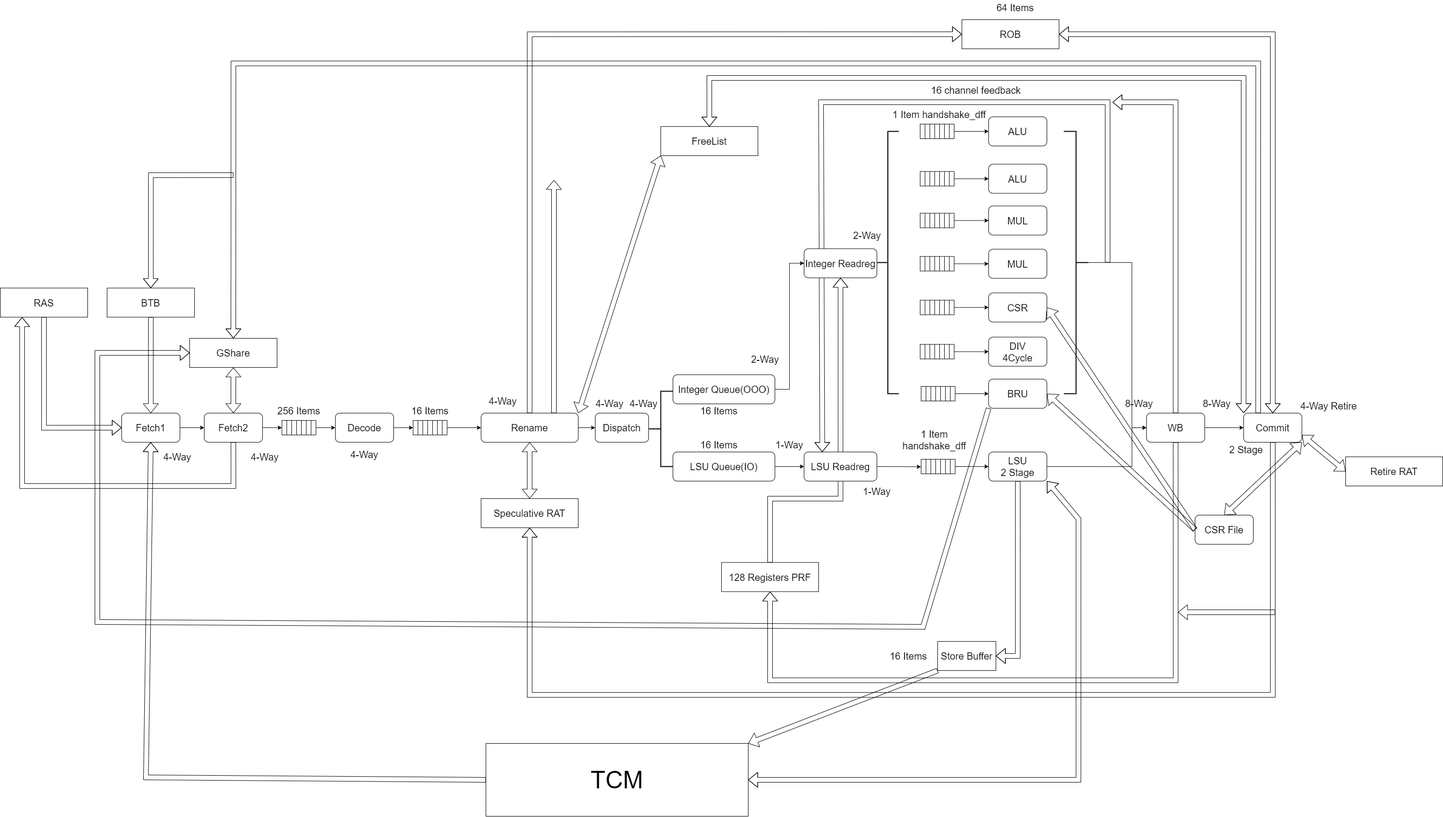
lizhirui/DreamCoreV2 keeps this draw.io diagram as docs/processor_pipeline.png. Above is the earlier version. Source tidied: cells renumbered, new cells last; positions are measured from the earlier drawing's top-left corner, leaving out a move shared by most shapes.
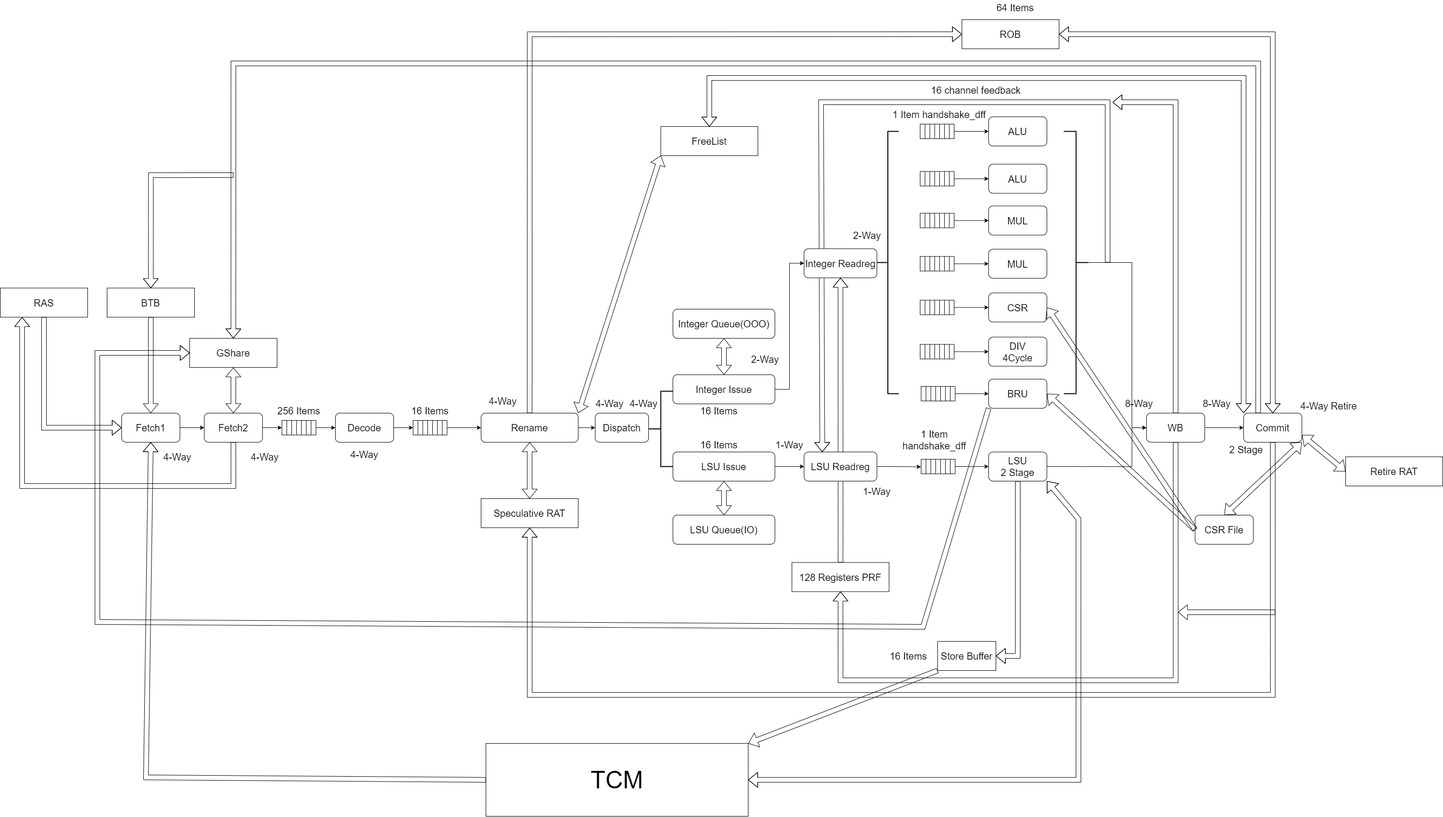
After the commit.

Diff of the diagram source:
```diff
@@ -346,7 +346,7 @@
       <mxGeometry relative="1" as="geometry">
         <Array as="points">
           <mxPoint x="2420" y="1400" />
-          <mxPoint x="1585" y="1400" />
+          <mxPoint x="1730" y="1400" />
         </Array>
       </mxGeometry>
     </mxCell>
@@ -389,13 +389,13 @@
     <mxCell id="118" style="edgeStyle=orthogonalEdgeStyle;shape=flexArrow;rounded=0;jettySize=auto;html=1;exitX=0.5;exitY=0;exitDx=0;exitDy=0;fontFamily=Helvetica;fontSize=20;fontColor=default;targetPerimeterSpacing=0;entryX=0.5;entryY=1;entryDx=0;entryDy=0;" parent="1" edge="1" source="119" target="112">
       <mxGeometry relative="1" as="geometry">
         <Array as="points">
-          <mxPoint x="1585" y="1026" />
-          <mxPoint x="1730" y="1026" />
+          <mxPoint x="1730" y="1100" />
+          <mxPoint x="1730" y="1100" />
         </Array>
       </mxGeometry>
     </mxCell>
     <mxCell id="119" value="&lt;font style=&quot;font-size: 20px&quot;&gt;128 Registers PRF&lt;/font&gt;" style="rounded=0;whiteSpace=wrap;html=1;fontFamily=Helvetica;fontSize=20;fontColor=default;fillColor=none;gradientColor=none;" parent="1" vertex="1">
-      <mxGeometry x="1485" y="1157.5" width="200" height="60" as="geometry" />
+      <mxGeometry x="1630" y="1157.5" width="200" height="60" as="geometry" />
     </mxCell>
     <mxCell id="120" value="&lt;font style=&quot;font-size: 20px&quot;&gt;Speculative RAT&lt;/font&gt;" style="rounded=0;whiteSpace=wrap;html=1;fontFamily=Helvetica;fontSize=20;fontColor=default;fillColor=none;gradientColor=none;" parent="1" vertex="1">
       <mxGeometry x="990" y="1026" width="200" height="60" as="geometry" />
@@ -460,11 +460,6 @@
         <mxPoint x="2425" y="1260" as="targetPoint" />
       </mxGeometry>
     </mxCell>
-    <mxCell id="136" style="shape=flexArrow;endArrow=classic;html=1;rounded=0;exitX=0.75;exitY=0;exitDx=0;exitDy=0;" parent="1" edge="1" source="26">
-      <mxGeometry relative="1" as="geometry">
-        <mxPoint x="1140" y="370" as="targetPoint" />
-      </mxGeometry>
-    </mxCell>
     <mxCell id="137" style="shape=flexArrow;endArrow=classic;startArrow=classic;html=1;rounded=0;exitX=1;exitY=0.5;exitDx=0;exitDy=0;entryX=0.5;entryY=0;entryDx=0;entryDy=0;" parent="1" edge="1" source="121" target="111">
       <mxGeometry relative="1" as="geometry">
         <Array as="points">
@@ -577,13 +572,13 @@
     <mxCell id="166" style="edgeStyle=orthogonalEdgeStyle;rounded=0;jettySize=auto;html=1;exitX=1;exitY=0.5;exitDx=0;exitDy=0;entryX=0;entryY=0.5;entryDx=0;entryDy=0;" parent="1" edge="1" source="167" target="112">
       <mxGeometry relative="1" as="geometry" />
     </mxCell>
-    <mxCell id="167" value="Integer Queue(OOO)" style="whiteSpace=wrap;html=1;fontSize=20;rounded=1;" parent="1" vertex="1">
+    <mxCell id="167" value="Integer Issue" style="whiteSpace=wrap;html=1;fontSize=20;rounded=1;" parent="1" vertex="1">
       <mxGeometry x="1385" y="771" width="210" height="60" as="geometry" />
     </mxCell>
     <mxCell id="168" style="edgeStyle=orthogonalEdgeStyle;rounded=0;jettySize=auto;html=1;exitX=1;exitY=0.5;exitDx=0;exitDy=0;entryX=0;entryY=0.5;entryDx=0;entryDy=0;" parent="1" edge="1" source="169" target="173">
       <mxGeometry relative="1" as="geometry" />
     </mxCell>
-    <mxCell id="169" value="LSU Queue(IO)" style="whiteSpace=wrap;html=1;fontSize=20;rounded=1;" parent="1" vertex="1">
+    <mxCell id="169" value="LSU Issue" style="whiteSpace=wrap;html=1;fontSize=20;rounded=1;" parent="1" vertex="1">
       <mxGeometry x="1385" y="930" width="210" height="60" as="geometry" />
     </mxCell>
     <mxCell id="170" value="16 Items" style="text;html=1;strokeColor=none;fillColor=none;align=center;verticalAlign=middle;whiteSpace=wrap;rounded=0;fontFamily=Helvetica;fontSize=20;fontColor=default;" parent="1" vertex="1">
@@ -648,5 +643,19 @@
     <mxCell id="188" value="1 Item handshake_dff" style="text;html=1;strokeColor=none;fillColor=none;align=center;verticalAlign=middle;whiteSpace=wrap;rounded=0;fontFamily=Helvetica;fontSize=20;fontColor=default;" parent="1" vertex="1">
       <mxGeometry x="1840" y="880" width="166.7" height="50" as="geometry" />
     </mxCell>
+    <mxCell id="189" value="Integer Queue(OOO)" style="whiteSpace=wrap;html=1;fontSize=20;rounded=1;" parent="1" vertex="1">
+      <mxGeometry x="1385" y="636" width="210" height="60" as="geometry" />
+    </mxCell>
+    <mxCell id="190" value="LSU Queue(IO)" style="whiteSpace=wrap;html=1;fontSize=20;rounded=1;" parent="1" vertex="1">
+      <mxGeometry x="1385" y="1060" width="210" height="60" as="geometry" />
+    </mxCell>
+    <mxCell id="191" style="shape=flexArrow;endArrow=classic;startArrow=classic;html=1;rounded=0;fontFamily=Helvetica;fontSize=20;fontColor=default;targetPerimeterSpacing=0;entryX=0.5;entryY=1;entryDx=0;entryDy=0;exitX=0.5;exitY=0;exitDx=0;exitDy=0;" parent="1" edge="1" source="167" target="189">
+      <mxGeometry relative="1" as="geometry" />
+    </mxCell>
+    <mxCell id="192" style="shape=flexArrow;endArrow=classic;startArrow=classic;html=1;rounded=0;fontFamily=Helvetica;fontSize=20;fontColor=default;targetPerimeterSpacing=0;exitX=0.5;exitY=0;exitDx=0;exitDy=0;" parent="1" edge="1" source="190">
+      <mxGeometry relative="1" as="geometry">
+        <mxPoint x="1490" y="990" as="targetPoint" />
+      </mxGeometry>
+    </mxCell>
   </root>
 </mxGraphModel>
```
